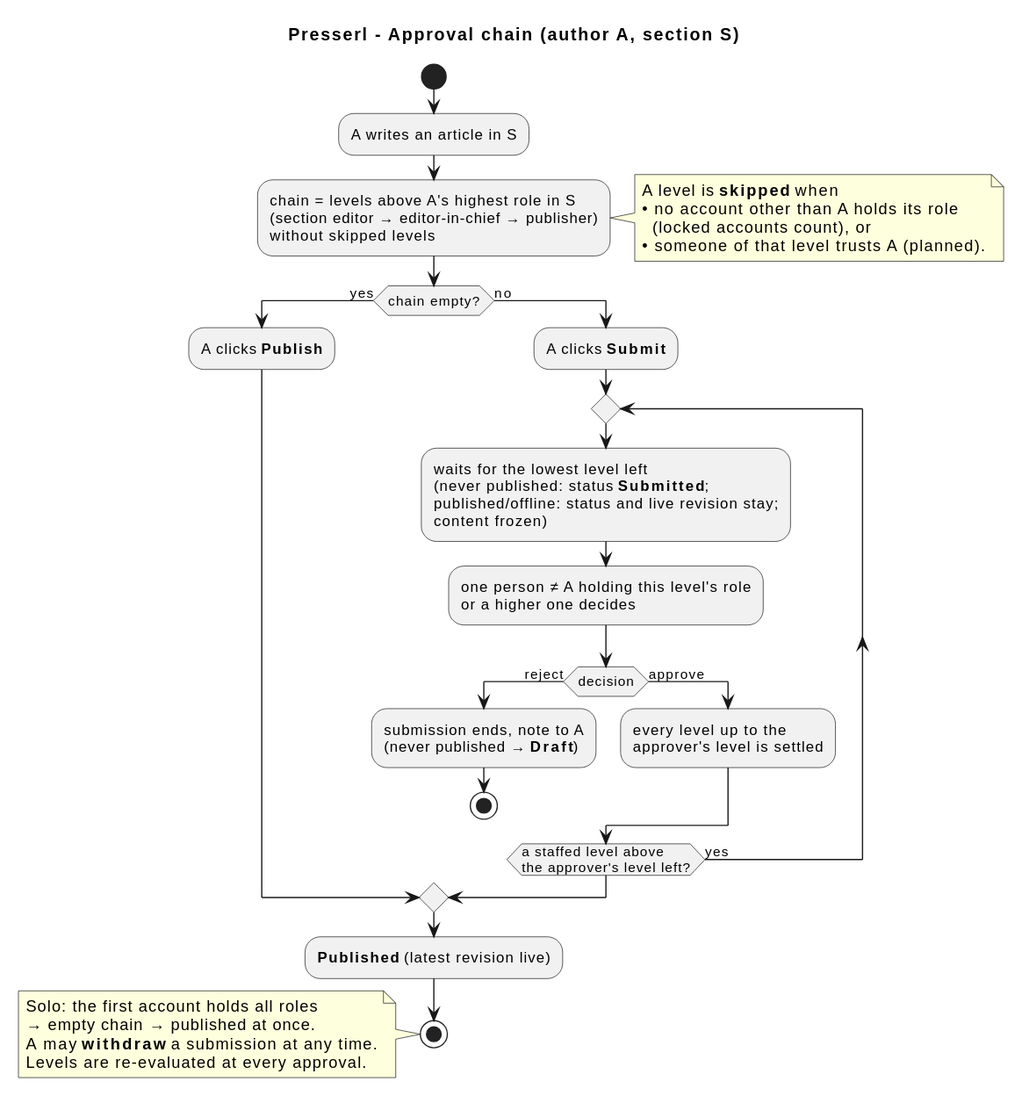
The PlantUML diagram docs/diagrams/review-decision.svg in UnterrainerInformatik/presserl, before a commit.
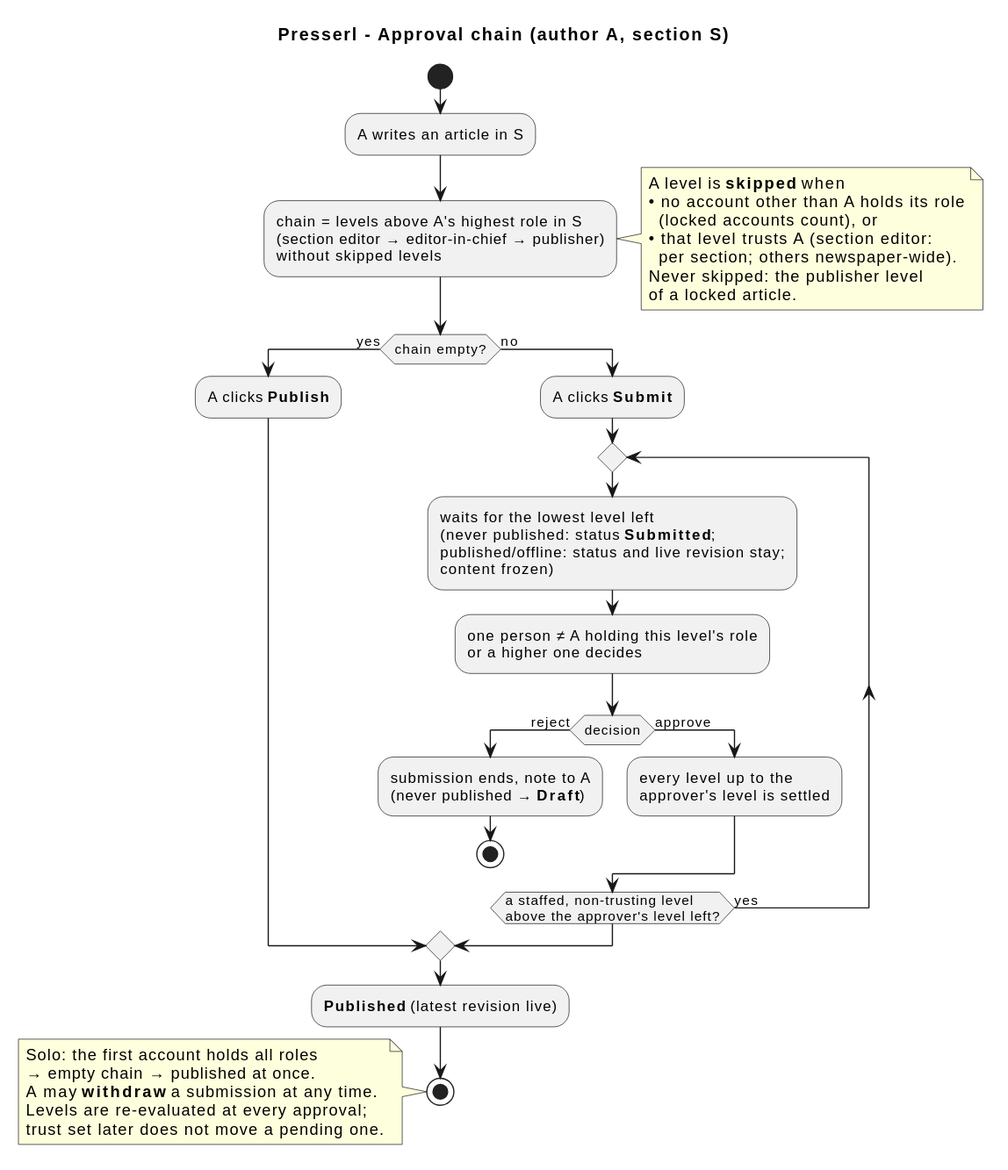
Later version of the same file.

What changed in the source:
```diff
@@ -10,7 +10,10 @@
   A level is **skipped** when
   • no account other than A holds its role
     (locked accounts count), or
-  • someone of that level trusts A (planned).
+  • that level trusts A (section editor:
+    per section; others newspaper-wide).
+  Never skipped: the publisher level
+  of a locked article.
 end note
 if (chain empty?) then (yes)
   :A clicks **Publish**;
@@ -25,7 +28,7 @@
     else (approve)
       :every level up to the\napprover's level is settled;
     endif
-  repeat while (a staffed level above\nthe approver's level left?) is (yes)
+  repeat while (a staffed, non-trusting level\nabove the approver's level left?) is (yes)
 endif
 :**Published** (latest revision live);
 stop
@@ -34,6 +37,7 @@
   Solo: the first account holds all roles
   → empty chain → published at once.
   A may **withdraw** a submission at any time.
-  Levels are re-evaluated at every approval.
+  Levels are re-evaluated at every approval;
+  trust set later does not move a pending one.
 end note
 @enduml
```
